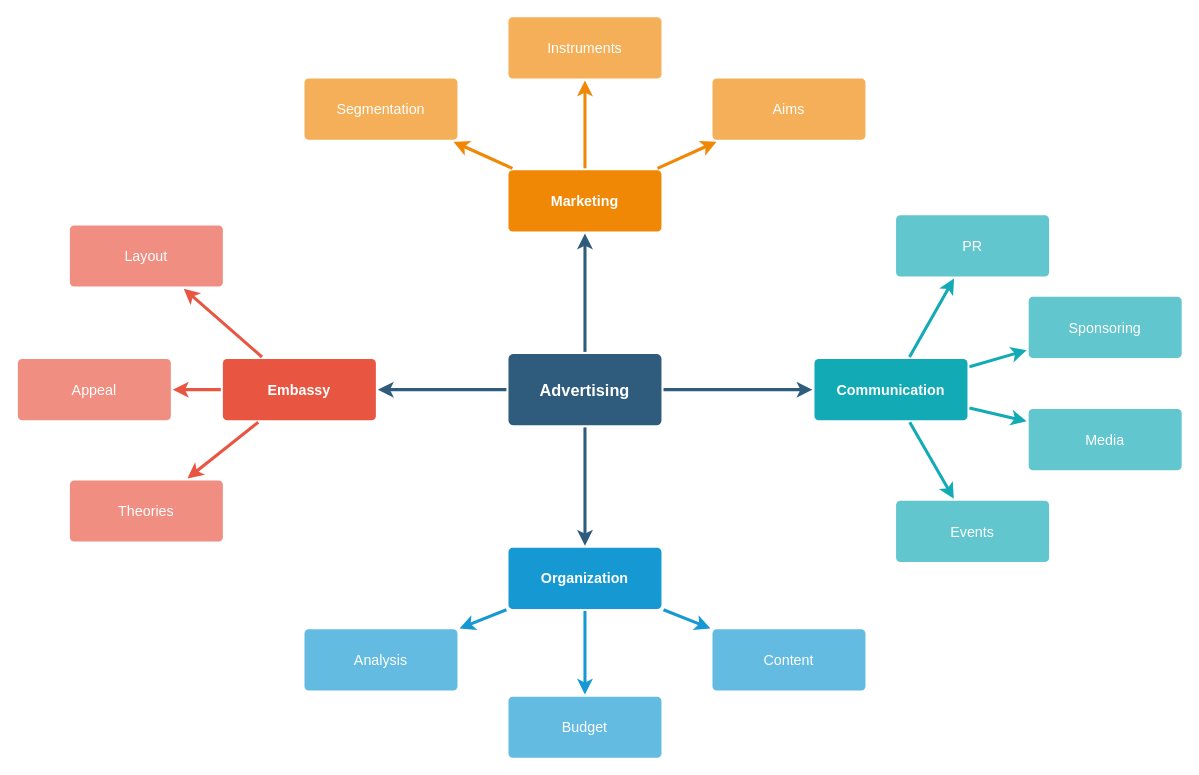
JanweiCen/wegoBlog keeps this draw.io diagram as Untitled Diagram.drawio. Above is the earlier version. Source tidied: cells renumbered, new cells numbered last; positions are measured from the earlier drawing's top-left corner, leaving out a move shared by most shapes. Both pictures are drawn from the tidied source at 102%, with x=0, y=0 at pixel (17, 16).
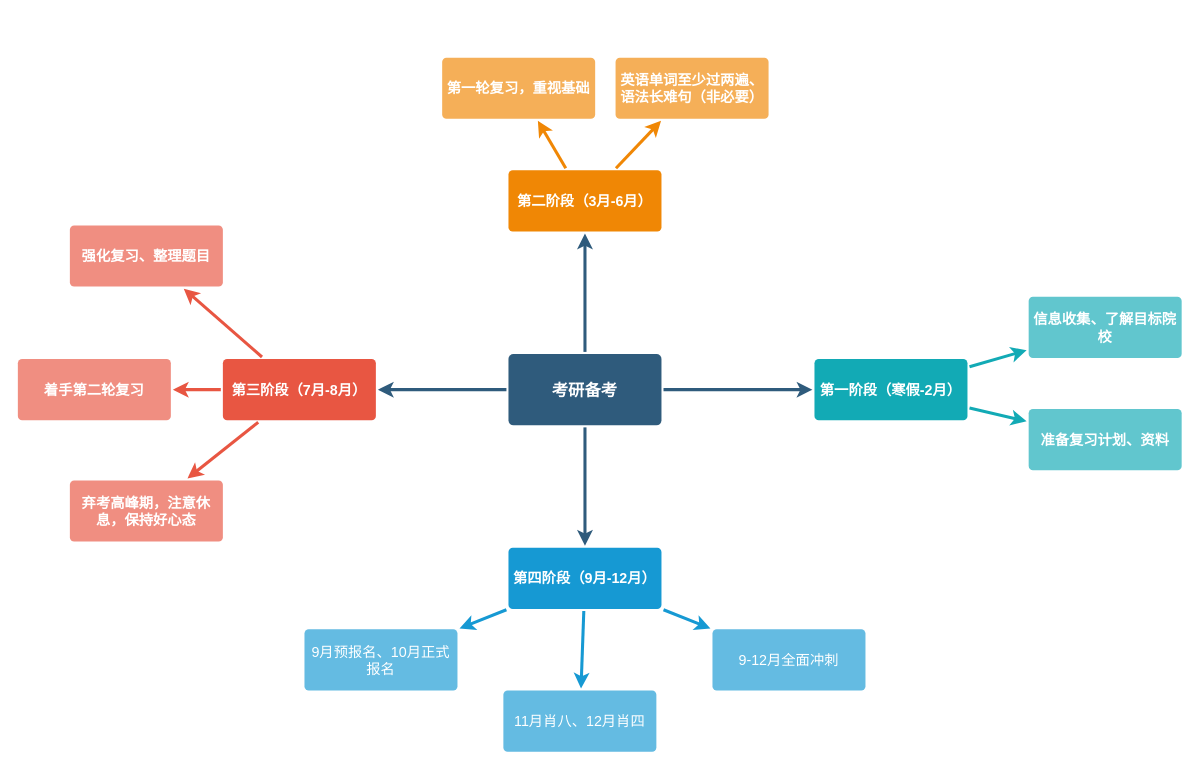
The same diagram, later.

The edit, as a diff of the source:
```diff
@@
-    <mxCell id="6" value="Advertising" style="rounded=1;whiteSpace=wrap;html=1;shadow=0;labelBackgroundColor=none;strokeColor=none;strokeWidth=3;fillColor=#2F5B7C;fontFamily=Helvetica;fontSize=16;fontColor=#FFFFFF;align=center;fontStyle=1;spacing=5;arcSize=7;perimeterSpacing=2;" parent="1" vertex="1">
+    <mxCell id="6" value="考研备考" style="rounded=1;whiteSpace=wrap;html=1;shadow=0;labelBackgroundColor=none;strokeColor=none;strokeWidth=3;fillColor=#2F5B7C;fontFamily=Helvetica;fontSize=16;fontColor=#FFFFFF;align=center;fontStyle=1;spacing=5;arcSize=7;perimeterSpacing=2;" parent="1" vertex="1">
       <mxGeometry x="481" y="330.5" width="150" height="70" as="geometry" />
     </mxCell>
@@
-    <mxCell id="10" value="Embassy" style="rounded=1;whiteSpace=wrap;html=1;shadow=0;labelBackgroundColor=none;strokeColor=none;strokeWidth=3;fillColor=#e85642;fontFamily=Helvetica;fontSize=14;fontColor=#FFFFFF;align=center;spacing=5;fontStyle=1;arcSize=7;perimeterSpacing=2;" parent="1" vertex="1">
+    <mxCell id="10" value="第三阶段（7月-8月）" style="rounded=1;whiteSpace=wrap;html=1;shadow=0;labelBackgroundColor=none;strokeColor=none;strokeWidth=3;fillColor=#e85642;fontFamily=Helvetica;fontSize=14;fontColor=#FFFFFF;align=center;spacing=5;fontStyle=1;arcSize=7;perimeterSpacing=2;" parent="1" vertex="1">
       <mxGeometry x="201" y="335.5" width="150" height="60" as="geometry" />
     </mxCell>
-    <mxCell id="11" value="Theories" style="rounded=1;whiteSpace=wrap;html=1;shadow=0;labelBackgroundColor=none;strokeColor=none;strokeWidth=3;fillColor=#f08e81;fontFamily=Helvetica;fontSize=14;fontColor=#FFFFFF;align=center;spacing=5;fontStyle=0;arcSize=7;perimeterSpacing=2;" parent="1" vertex="1">
+    <mxCell id="11" value="&lt;b&gt;弃考高峰期，注意休息，保持好心态&lt;/b&gt;" style="rounded=1;whiteSpace=wrap;html=1;shadow=0;labelBackgroundColor=none;strokeColor=none;strokeWidth=3;fillColor=#f08e81;fontFamily=Helvetica;fontSize=14;fontColor=#FFFFFF;align=center;spacing=5;fontStyle=0;arcSize=7;perimeterSpacing=2;" parent="1" vertex="1">
       <mxGeometry x="51" y="454.5" width="150" height="60" as="geometry" />
     </mxCell>
-    <mxCell id="12" value="Appeal" style="rounded=1;whiteSpace=wrap;html=1;shadow=0;labelBackgroundColor=none;strokeColor=none;strokeWidth=3;fillColor=#f08e81;fontFamily=Helvetica;fontSize=14;fontColor=#FFFFFF;align=center;spacing=5;fontStyle=0;arcSize=7;perimeterSpacing=2;" parent="1" vertex="1">
+    <mxCell id="12" value="&lt;b&gt;着手第二轮复习&lt;/b&gt;" style="rounded=1;whiteSpace=wrap;html=1;shadow=0;labelBackgroundColor=none;strokeColor=none;strokeWidth=3;fillColor=#f08e81;fontFamily=Helvetica;fontSize=14;fontColor=#FFFFFF;align=center;spacing=5;fontStyle=0;arcSize=7;perimeterSpacing=2;" parent="1" vertex="1">
       <mxGeometry y="335.5" width="150" height="60" as="geometry" />
     </mxCell>
-    <mxCell id="13" value="Layout" style="rounded=1;whiteSpace=wrap;html=1;shadow=0;labelBackgroundColor=none;strokeColor=none;strokeWidth=3;fillColor=#f08e81;fontFamily=Helvetica;fontSize=14;fontColor=#FFFFFF;align=center;spacing=5;fontStyle=0;arcSize=7;perimeterSpacing=2;" parent="1" vertex="1">
+    <mxCell id="13" value="&lt;b&gt;强化复习、整理题目&lt;/b&gt;" style="rounded=1;whiteSpace=wrap;html=1;shadow=0;labelBackgroundColor=none;strokeColor=none;strokeWidth=3;fillColor=#f08e81;fontFamily=Helvetica;fontSize=14;fontColor=#FFFFFF;align=center;spacing=5;fontStyle=0;arcSize=7;perimeterSpacing=2;" parent="1" vertex="1">
       <mxGeometry x="51" y="204.5" width="150" height="60" as="geometry" />
     </mxCell>
@@
-    <mxCell id="17" value="Organization" style="rounded=1;whiteSpace=wrap;html=1;shadow=0;labelBackgroundColor=none;strokeColor=none;strokeWidth=3;fillColor=#1699d3;fontFamily=Helvetica;fontSize=14;fontColor=#FFFFFF;align=center;spacing=5;fontStyle=1;arcSize=7;perimeterSpacing=2;" parent="1" vertex="1">
+    <mxCell id="17" value="第四阶段（9月-12月）" style="rounded=1;whiteSpace=wrap;html=1;shadow=0;labelBackgroundColor=none;strokeColor=none;strokeWidth=3;fillColor=#1699d3;fontFamily=Helvetica;fontSize=14;fontColor=#FFFFFF;align=center;spacing=5;fontStyle=1;arcSize=7;perimeterSpacing=2;" parent="1" vertex="1">
       <mxGeometry x="481" y="520.5" width="150" height="60" as="geometry" />
     </mxCell>
-    <mxCell id="18" value="Content" style="rounded=1;whiteSpace=wrap;html=1;shadow=0;labelBackgroundColor=none;strokeColor=none;strokeWidth=3;fillColor=#64bbe2;fontFamily=Helvetica;fontSize=14;fontColor=#FFFFFF;align=center;spacing=5;arcSize=7;perimeterSpacing=2;" parent="1" vertex="1">
+    <mxCell id="18" value="9-12月全面冲刺" style="rounded=1;whiteSpace=wrap;html=1;shadow=0;labelBackgroundColor=none;strokeColor=none;strokeWidth=3;fillColor=#64bbe2;fontFamily=Helvetica;fontSize=14;fontColor=#FFFFFF;align=center;spacing=5;arcSize=7;perimeterSpacing=2;" parent="1" vertex="1">
       <mxGeometry x="681" y="600.5" width="150" height="60" as="geometry" />
     </mxCell>
-    <mxCell id="19" value="Budget" style="rounded=1;whiteSpace=wrap;html=1;shadow=0;labelBackgroundColor=none;strokeColor=none;strokeWidth=3;fillColor=#64bbe2;fontFamily=Helvetica;fontSize=14;fontColor=#FFFFFF;align=center;spacing=5;arcSize=7;perimeterSpacing=2;" parent="1" vertex="1">
-      <mxGeometry x="481" y="666.5" width="150" height="60" as="geometry" />
+    <mxCell id="19" value="11月肖八、12月肖四" style="rounded=1;whiteSpace=wrap;html=1;shadow=0;labelBackgroundColor=none;strokeColor=none;strokeWidth=3;fillColor=#64bbe2;fontFamily=Helvetica;fontSize=14;fontColor=#FFFFFF;align=center;spacing=5;arcSize=7;perimeterSpacing=2;" parent="1" vertex="1">
+      <mxGeometry x="476" y="660.5" width="150" height="60" as="geometry" />
     </mxCell>
-    <mxCell id="20" value="Analysis" style="rounded=1;whiteSpace=wrap;html=1;shadow=0;labelBackgroundColor=none;strokeColor=none;strokeWidth=3;fillColor=#64bbe2;fontFamily=Helvetica;fontSize=14;fontColor=#FFFFFF;align=center;spacing=5;arcSize=7;perimeterSpacing=2;" parent="1" vertex="1">
+    <mxCell id="20" value="9月预报名、10月正式报名" style="rounded=1;whiteSpace=wrap;html=1;shadow=0;labelBackgroundColor=none;strokeColor=none;strokeWidth=3;fillColor=#64bbe2;fontFamily=Helvetica;fontSize=14;fontColor=#FFFFFF;align=center;spacing=5;arcSize=7;perimeterSpacing=2;" parent="1" vertex="1">
       <mxGeometry x="281" y="600.5" width="150" height="60" as="geometry" />
     </mxCell>
-    <mxCell id="21" value="Marketing" style="rounded=1;whiteSpace=wrap;html=1;shadow=0;labelBackgroundColor=none;strokeColor=none;strokeWidth=3;fillColor=#F08705;fontFamily=Helvetica;fontSize=14;fontColor=#FFFFFF;align=center;spacing=5;fontStyle=1;arcSize=7;perimeterSpacing=2;" parent="1" vertex="1">
+    <mxCell id="21" value="第二阶段（3月-6月）" style="rounded=1;whiteSpace=wrap;html=1;shadow=0;labelBackgroundColor=none;strokeColor=none;strokeWidth=3;fillColor=#F08705;fontFamily=Helvetica;fontSize=14;fontColor=#FFFFFF;align=center;spacing=5;fontStyle=1;arcSize=7;perimeterSpacing=2;" parent="1" vertex="1">
       <mxGeometry x="481" y="150.5" width="150" height="60" as="geometry" />
     </mxCell>
-    <mxCell id="22" value="Aims&lt;br&gt;" style="rounded=1;whiteSpace=wrap;html=1;shadow=0;labelBackgroundColor=none;strokeColor=none;strokeWidth=3;fillColor=#f5af58;fontFamily=Helvetica;fontSize=14;fontColor=#FFFFFF;align=center;spacing=5;arcSize=7;perimeterSpacing=2;" parent="1" vertex="1">
-      <mxGeometry x="681" y="60.5" width="150" height="60" as="geometry" />
+    <mxCell id="22" value="&lt;b&gt;英语单词至少过两遍、语法长难句（非必要）&lt;/b&gt;" style="rounded=1;whiteSpace=wrap;html=1;shadow=0;labelBackgroundColor=none;strokeColor=none;strokeWidth=3;fillColor=#f5af58;fontFamily=Helvetica;fontSize=14;fontColor=#FFFFFF;align=center;spacing=5;arcSize=7;perimeterSpacing=2;" parent="1" vertex="1">
+      <mxGeometry x="586" y="40" width="150" height="60" as="geometry" />
     </mxCell>
@@
-    <mxCell id="24" value="Instruments" style="rounded=1;whiteSpace=wrap;html=1;shadow=0;labelBackgroundColor=none;strokeColor=none;strokeWidth=3;fillColor=#f5af58;fontFamily=Helvetica;fontSize=14;fontColor=#FFFFFF;align=center;spacing=5;arcSize=7;perimeterSpacing=2;" parent="1" vertex="1">
-      <mxGeometry x="481" y="0.5" width="150" height="60" as="geometry" />
+    <mxCell id="24" value="&lt;b&gt;第一轮复习，重视基础&lt;/b&gt;" style="rounded=1;whiteSpace=wrap;html=1;shadow=0;labelBackgroundColor=none;strokeColor=none;strokeWidth=3;fillColor=#f5af58;fontFamily=Helvetica;fontSize=14;fontColor=#FFFFFF;align=center;spacing=5;arcSize=7;perimeterSpacing=2;" parent="1" vertex="1">
+      <mxGeometry x="416" y="40" width="150" height="60" as="geometry" />
     </mxCell>
@@
-    <mxCell id="26" value="Segmentation" style="rounded=1;whiteSpace=wrap;html=1;shadow=0;labelBackgroundColor=none;strokeColor=none;strokeWidth=3;fillColor=#f5af58;fontFamily=Helvetica;fontSize=14;fontColor=#FFFFFF;align=center;spacing=5;arcSize=7;perimeterSpacing=2;" parent="1" vertex="1">
-      <mxGeometry x="281" y="60.5" width="150" height="60" as="geometry" />
-    </mxCell>
-    <mxCell id="27" style="edgeStyle=none;rounded=0;jumpStyle=none;html=1;shadow=0;labelBackgroundColor=none;startArrow=none;startFill=0;endArrow=classic;endFill=1;jettySize=auto;strokeColor=#F08705;strokeWidth=3;fontFamily=Helvetica;fontSize=14;fontColor=#FFFFFF;spacing=5;" parent="1" edge="1" source="21" target="26">
-      <mxGeometry relative="1" as="geometry" />
-    </mxCell>
-    <mxCell id="28" value="Communication" style="rounded=1;whiteSpace=wrap;html=1;shadow=0;labelBackgroundColor=none;strokeColor=none;strokeWidth=3;fillColor=#12aab5;fontFamily=Helvetica;fontSize=14;fontColor=#FFFFFF;align=center;spacing=5;fontStyle=1;arcSize=7;perimeterSpacing=2;" parent="1" vertex="1">
+    <mxCell id="28" value="第一阶段（寒假-2月）" style="rounded=1;whiteSpace=wrap;html=1;shadow=0;labelBackgroundColor=none;strokeColor=none;strokeWidth=3;fillColor=#12aab5;fontFamily=Helvetica;fontSize=14;fontColor=#FFFFFF;align=center;spacing=5;fontStyle=1;arcSize=7;perimeterSpacing=2;" parent="1" vertex="1">
       <mxGeometry x="781" y="335.5" width="150" height="60" as="geometry" />
     </mxCell>
-    <mxCell id="29" value="Events" style="rounded=1;whiteSpace=wrap;html=1;shadow=0;labelBackgroundColor=none;strokeColor=none;strokeWidth=3;fillColor=#61c6ce;fontFamily=Helvetica;fontSize=14;fontColor=#FFFFFF;align=center;spacing=5;fontStyle=0;arcSize=7;perimeterSpacing=2;" parent="1" vertex="1">
-      <mxGeometry x="861" y="474.5" width="150" height="60" as="geometry" />
-    </mxCell>
-    <mxCell id="30" style="edgeStyle=none;rounded=1;jumpStyle=none;html=1;shadow=0;labelBackgroundColor=none;startArrow=none;startFill=0;jettySize=auto;strokeColor=#12AAB5;strokeWidth=3;fontFamily=Helvetica;fontSize=14;fontColor=#FFFFFF;spacing=5;fontStyle=1;fillColor=#b0e3e6;" parent="1" edge="1" source="28" target="29">
-      <mxGeometry relative="1" as="geometry" />
-    </mxCell>
-    <mxCell id="31" value="Media" style="rounded=1;whiteSpace=wrap;html=1;shadow=0;labelBackgroundColor=none;strokeColor=none;strokeWidth=3;fillColor=#61c6ce;fontFamily=Helvetica;fontSize=14;fontColor=#FFFFFF;align=center;spacing=5;fontStyle=0;arcSize=7;perimeterSpacing=2;" parent="1" vertex="1">
+    <mxCell id="31" value="&lt;b&gt;准备复习计划、资料&lt;/b&gt;" style="rounded=1;whiteSpace=wrap;html=1;shadow=0;labelBackgroundColor=none;strokeColor=none;strokeWidth=3;fillColor=#61c6ce;fontFamily=Helvetica;fontSize=14;fontColor=#FFFFFF;align=center;spacing=5;fontStyle=0;arcSize=7;perimeterSpacing=2;" parent="1" vertex="1">
       <mxGeometry x="991" y="384.5" width="150" height="60" as="geometry" />
     </mxCell>
@@
-    <mxCell id="33" value="Sponsoring" style="rounded=1;whiteSpace=wrap;html=1;shadow=0;labelBackgroundColor=none;strokeColor=none;strokeWidth=3;fillColor=#61c6ce;fontFamily=Helvetica;fontSize=14;fontColor=#FFFFFF;align=center;spacing=5;fontStyle=0;arcSize=7;perimeterSpacing=2;" parent="1" vertex="1">
+    <mxCell id="33" value="&lt;b&gt;信息收集、了解目标院校&lt;/b&gt;" style="rounded=1;whiteSpace=wrap;html=1;shadow=0;labelBackgroundColor=none;strokeColor=none;strokeWidth=3;fillColor=#61c6ce;fontFamily=Helvetica;fontSize=14;fontColor=#FFFFFF;align=center;spacing=5;fontStyle=0;arcSize=7;perimeterSpacing=2;" parent="1" vertex="1">
       <mxGeometry x="991" y="274.5" width="150" height="60" as="geometry" />
     </mxCell>
@@
-    <mxCell id="35" value="PR" style="rounded=1;whiteSpace=wrap;html=1;shadow=0;labelBackgroundColor=none;strokeColor=none;strokeWidth=3;fillColor=#61c6ce;fontFamily=Helvetica;fontSize=14;fontColor=#FFFFFF;align=center;spacing=5;fontStyle=0;arcSize=7;perimeterSpacing=2;" parent="1" vertex="1">
-      <mxGeometry x="861" y="194.5" width="150" height="60" as="geometry" />
-    </mxCell>
-    <mxCell id="36" style="edgeStyle=none;rounded=1;jumpStyle=none;html=1;shadow=0;labelBackgroundColor=none;startArrow=none;startFill=0;jettySize=auto;strokeColor=#12AAB5;strokeWidth=3;fontFamily=Helvetica;fontSize=14;fontColor=#FFFFFF;spacing=5;fontStyle=1;fillColor=#b0e3e6;" parent="1" edge="1" source="28" target="35">
-      <mxGeometry relative="1" as="geometry" />
-    </mxCell>
```
